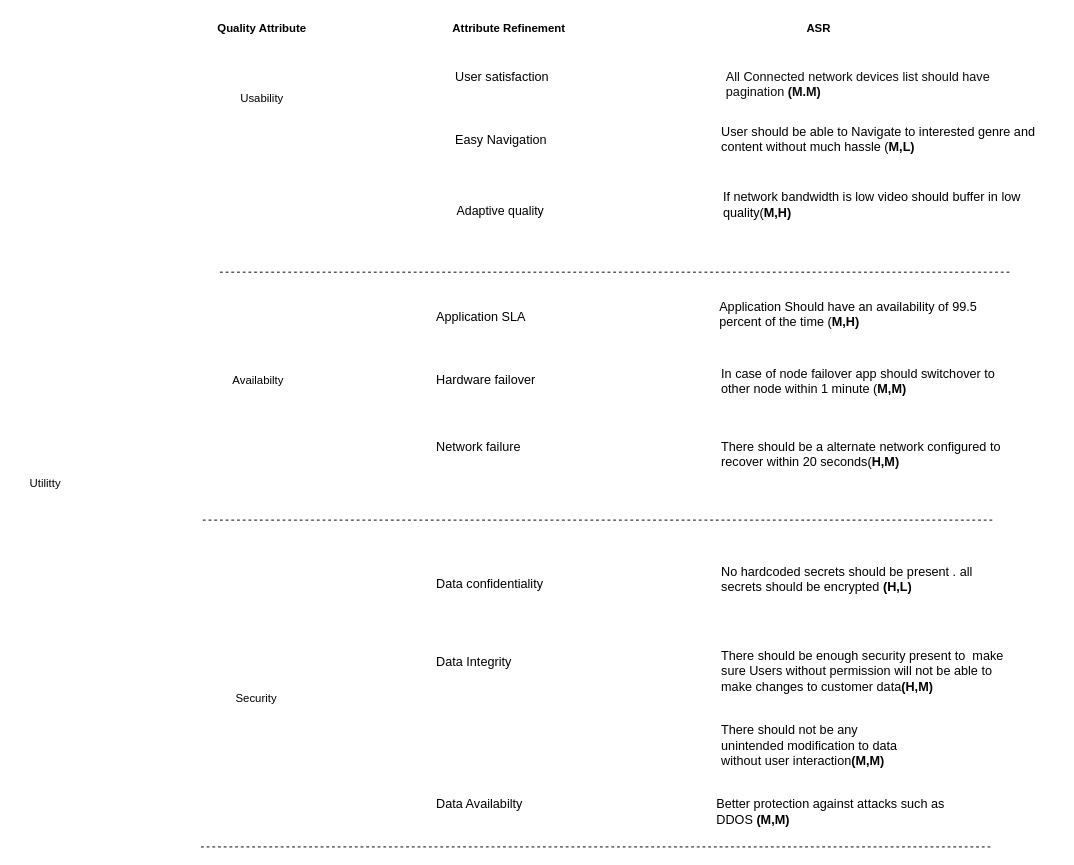
Before: page "Page-7" (7 of 9) of SA assignment.drawio in Gajanana/FirstPhase, a draw.io diagram. Source tidied: cells renumbered, new cells numbered last; positions are measured from the earlier drawing's top-left corner, leaving out a move shared by most shapes. Both pictures are drawn from the tidied source at 95%, with x=0, y=0 at pixel (16, 16).
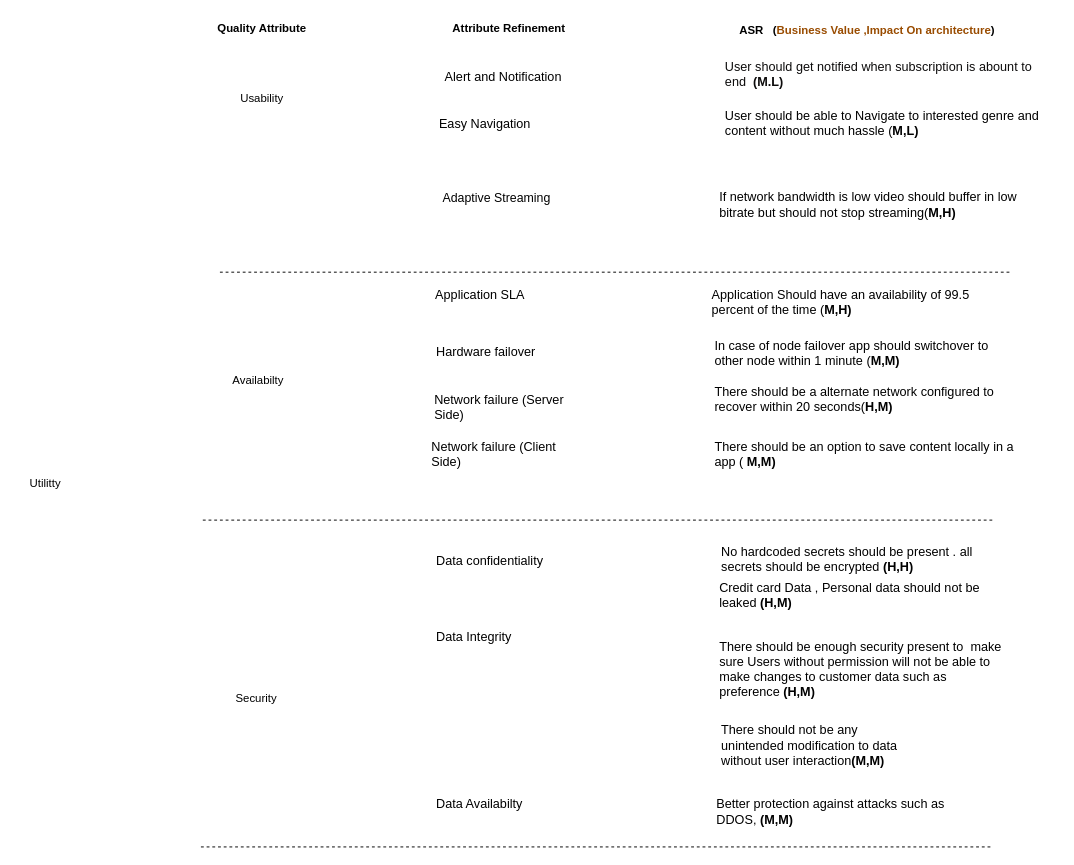
After the change.

What changed in the source:
```diff
@@
-    <mxCell id="6" value="&lt;span style=&quot;font-size: 10pt;&quot;&gt;User satisfaction&lt;/span&gt;" style="text;whiteSpace=wrap;html=1;" parent="1" vertex="1">
-      <mxGeometry x="460" y="49" width="148.5" height="38" as="geometry" />
+    <mxCell id="6" value="&lt;span style=&quot;font-size: 10pt;&quot;&gt;Alert and Notification&lt;/span&gt;" style="text;whiteSpace=wrap;html=1;" parent="1" vertex="1">
+      <mxGeometry x="449" y="49" width="148.5" height="38" as="geometry" />
     </mxCell>
@@
-    <mxCell id="8" value="&lt;span style=&quot;font-size: 10pt;&quot;&gt;&lt;font color=&quot;#0d0c0c&quot;&gt;All Connected network devices list should have pagination &lt;b&gt;(M.M)&amp;nbsp;&lt;/b&gt;&lt;/font&gt;&lt;/span&gt;" style="text;whiteSpace=wrap;html=1;fontFamily=Helvetica;fontColor=#000000;" parent="1" vertex="1">
-      <mxGeometry x="745" y="49" width="342" height="38" as="geometry" />
+    <mxCell id="8" value="&lt;span style=&quot;font-size: 10pt;&quot;&gt;&lt;font color=&quot;#0d0c0c&quot;&gt;User should get notified when subscription is abount to end&amp;nbsp;&amp;nbsp;&lt;b&gt;(M.L)&amp;nbsp;&lt;/b&gt;&lt;/font&gt;&lt;/span&gt;" style="text;whiteSpace=wrap;html=1;fontFamily=Helvetica;fontColor=#000000;" parent="1" vertex="1">
+      <mxGeometry x="743.5" y="39" width="342" height="38" as="geometry" />
     </mxCell>
-    <mxCell id="9" value="&lt;b&gt;ASR&lt;/b&gt;" style="text;html=1;align=center;verticalAlign=middle;strokeColor=none;fillColor=none;" parent="1" vertex="1">
-      <mxGeometry x="822" width="43" height="26" as="geometry" />
+    <mxCell id="9" value="&lt;b&gt;ASR&amp;nbsp; &amp;nbsp;(&lt;font color=&quot;#994c00&quot;&gt;Business Value ,Impact On architecture&lt;/font&gt;)&lt;/b&gt;" style="text;html=1;align=center;verticalAlign=middle;strokeColor=none;fillColor=none;" parent="1" vertex="1">
+      <mxGeometry x="750" width="290" height="30" as="geometry" />
     </mxCell>
     <mxCell id="10" value="&lt;span style=&quot;font-size: 10pt;&quot;&gt;Easy Navigation&lt;/span&gt;" style="text;whiteSpace=wrap;html=1;" parent="1" vertex="1">
-      <mxGeometry x="460" y="116" width="148.5" height="38" as="geometry" />
+      <mxGeometry x="443.2" y="99" width="148.5" height="38" as="geometry" />
     </mxCell>
     <mxCell id="11" value="&lt;span style=&quot;font-size: 13.3333px;&quot;&gt;User should be able to Navigate to interested genre and content without much hassle (&lt;b&gt;M,L)&lt;/b&gt;&lt;/span&gt;" style="text;whiteSpace=wrap;html=1;" parent="1" vertex="1">
-      <mxGeometry x="740" y="107" width="353" height="56" as="geometry" />
+      <mxGeometry x="743.5" y="90" width="353" height="56" as="geometry" />
     </mxCell>
-    <mxCell id="12" value="&lt;span style=&quot;font-size: 13.3333px;&quot;&gt;If network bandwidth is low video should buffer in low quality(&lt;b&gt;M,H)&lt;/b&gt;&lt;/span&gt;" style="text;whiteSpace=wrap;html=1;" parent="1" vertex="1">
-      <mxGeometry x="742" y="176" width="353" height="56" as="geometry" />
+    <mxCell id="12" value="&lt;span style=&quot;font-size: 13.3333px;&quot;&gt;If network bandwidth is low video should buffer in low bitrate but should not stop streaming(&lt;b&gt;M,H)&lt;/b&gt;&lt;/span&gt;" style="text;whiteSpace=wrap;html=1;" parent="1" vertex="1">
+      <mxGeometry x="738" y="176" width="353" height="56" as="geometry" />
     </mxCell>
@@
     <mxCell id="15" value="&lt;span style=&quot;font-size: 10pt;&quot;&gt;Application SLA&lt;/span&gt;" style="text;whiteSpace=wrap;html=1;" parent="1" vertex="1">
-      <mxGeometry x="440" y="302" width="148.5" height="38" as="geometry" />
+      <mxGeometry x="439" y="279" width="148.5" height="38" as="geometry" />
     </mxCell>
     <mxCell id="16" value="&lt;span style=&quot;font-size: 10pt;&quot;&gt;Application Should have an availability of 99.5 percent of the time (&lt;/span&gt;&lt;b style=&quot;font-size: 13.3333px;&quot;&gt;M,H)&lt;/b&gt;" style="text;whiteSpace=wrap;html=1;" parent="1" vertex="1">
-      <mxGeometry x="738" y="291" width="305" height="38" as="geometry" />
+      <mxGeometry x="730" y="279" width="305" height="38" as="geometry" />
     </mxCell>
     <mxCell id="17" value="&lt;span style=&quot;font-size: 10pt;&quot;&gt;Hardware failover&lt;/span&gt;" style="text;whiteSpace=wrap;html=1;" parent="1" vertex="1">
-      <mxGeometry x="440" y="368" width="148.5" height="38" as="geometry" />
+      <mxGeometry x="440" y="339" width="148.5" height="38" as="geometry" />
     </mxCell>
     <mxCell id="18" value="&lt;span style=&quot;font-size: 10pt;&quot;&gt;In case of node failover app should switchover to other node within 1 minute&amp;nbsp;&lt;/span&gt;&lt;span style=&quot;font-size: 10pt;&quot;&gt;(&lt;/span&gt;&lt;b style=&quot;font-size: 13.3333px;&quot;&gt;M,M)&lt;/b&gt;" style="text;whiteSpace=wrap;html=1;" parent="1" vertex="1">
-      <mxGeometry x="740" y="362" width="305" height="38" as="geometry" />
+      <mxGeometry x="732.5" y="332" width="305" height="38" as="geometry" />
     </mxCell>
-    <mxCell id="19" value="&lt;span style=&quot;font-size: 10pt;&quot;&gt;Network failure&lt;/span&gt;" style="text;whiteSpace=wrap;html=1;" parent="1" vertex="1">
-      <mxGeometry x="440" y="439" width="148.5" height="38" as="geometry" />
+    <mxCell id="19" value="&lt;span style=&quot;font-size: 10pt;&quot;&gt;Network failure (Server Side)&lt;/span&gt;" style="text;whiteSpace=wrap;html=1;" parent="1" vertex="1">
+      <mxGeometry x="437.5" y="389" width="148.5" height="38" as="geometry" />
     </mxCell>
     <mxCell id="20" value="&lt;span style=&quot;font-size: 13.3333px;&quot;&gt;There should be a alternate network configured to recover within 20 seconds(&lt;/span&gt;&lt;b style=&quot;font-size: 13.3333px;&quot;&gt;H,M)&lt;/b&gt;" style="text;whiteSpace=wrap;html=1;" parent="1" vertex="1">
-      <mxGeometry x="740" y="439" width="310" height="38" as="geometry" />
+      <mxGeometry x="733" y="381" width="310" height="38" as="geometry" />
     </mxCell>
@@
     <mxCell id="23" value="&lt;span style=&quot;font-size: 10pt;&quot;&gt;Data confidentiality&lt;/span&gt;" style="text;whiteSpace=wrap;html=1;" parent="1" vertex="1">
-      <mxGeometry x="440" y="583" width="148.5" height="38" as="geometry" />
+      <mxGeometry x="440" y="559" width="148.5" height="38" as="geometry" />
     </mxCell>
-    <mxCell id="24" value="&lt;span style=&quot;font-size: 13.3333px;&quot;&gt;No hardcoded secrets should be present . all secrets should be encrypted &lt;b&gt;(H&lt;/b&gt;&lt;/span&gt;&lt;b style=&quot;font-size: 13.3333px;&quot;&gt;,L)&lt;/b&gt;" style="text;whiteSpace=wrap;html=1;" parent="1" vertex="1">
-      <mxGeometry x="740" y="570" width="305" height="38" as="geometry" />
+    <mxCell id="24" value="&lt;span style=&quot;font-size: 13.3333px;&quot;&gt;No hardcoded secrets should be present . all secrets should be encrypted &lt;b&gt;(H&lt;/b&gt;&lt;/span&gt;&lt;b style=&quot;font-size: 13.3333px;&quot;&gt;,H)&lt;/b&gt;" style="text;whiteSpace=wrap;html=1;" parent="1" vertex="1">
+      <mxGeometry x="740" y="549" width="305" height="38" as="geometry" />
     </mxCell>
     <mxCell id="25" value="&lt;span style=&quot;font-size: 10pt;&quot;&gt;Data Integrity&lt;/span&gt;" style="text;whiteSpace=wrap;html=1;" parent="1" vertex="1">
-      <mxGeometry x="440" y="665" width="148.5" height="38" as="geometry" />
+      <mxGeometry x="440" y="639" width="148.5" height="38" as="geometry" />
     </mxCell>
-    <mxCell id="26" value="&lt;span style=&quot;font-size: 13.3333px;&quot;&gt;There should be enough security present to&amp;nbsp; make sure Users without permission will not be able to make changes to customer data&lt;/span&gt;&lt;span style=&quot;font-size: 13.3333px;&quot;&gt;&lt;b&gt;(H&lt;/b&gt;&lt;/span&gt;&lt;b style=&quot;font-size: 13.3333px;&quot;&gt;,M)&lt;/b&gt;" style="text;whiteSpace=wrap;html=1;" parent="1" vertex="1">
-      <mxGeometry x="740" y="659" width="305" height="38" as="geometry" />
+    <mxCell id="26" value="&lt;span style=&quot;font-size: 13.3333px;&quot;&gt;There should be enough security present to&amp;nbsp; make sure Users without permission will not be able to make changes to customer data such as preference&amp;nbsp;&lt;/span&gt;&lt;span style=&quot;font-size: 13.3333px;&quot;&gt;&lt;b&gt;(H&lt;/b&gt;&lt;/span&gt;&lt;b style=&quot;font-size: 13.3333px;&quot;&gt;,M)&lt;/b&gt;" style="text;whiteSpace=wrap;html=1;" parent="1" vertex="1">
+      <mxGeometry x="738" y="649" width="305" height="38" as="geometry" />
     </mxCell>
@@
-    <mxCell id="29" value="&lt;span style=&quot;font-size: 13.3333px;&quot;&gt;Better protection against attacks such as DDOS&amp;nbsp;&lt;b&gt;(M&lt;/b&gt;&lt;/span&gt;&lt;b style=&quot;font-size: 13.3333px;&quot;&gt;,M)&lt;/b&gt;" style="text;whiteSpace=wrap;html=1;" parent="1" vertex="1">
+    <mxCell id="29" value="&lt;span style=&quot;font-size: 13.3333px;&quot;&gt;Better protection against attacks such as DDOS,&amp;nbsp;&lt;b&gt;(M&lt;/b&gt;&lt;/span&gt;&lt;b style=&quot;font-size: 13.3333px;&quot;&gt;,M)&lt;/b&gt;" style="text;whiteSpace=wrap;html=1;" parent="1" vertex="1">
       <mxGeometry x="735" y="815" width="305" height="38" as="geometry" />
     </mxCell>
-    <mxCell id="30" value="&lt;span style=&quot;font-size: 13px;&quot;&gt;Adaptive quality&lt;/span&gt;" style="text;html=1;align=center;verticalAlign=middle;strokeColor=none;fillColor=none;" parent="1" vertex="1">
-      <mxGeometry x="449" y="189" width="120" height="30" as="geometry" />
+    <mxCell id="30" value="&lt;span style=&quot;font-size: 13px;&quot;&gt;Adaptive Streaming&lt;/span&gt;" style="text;html=1;align=center;verticalAlign=middle;strokeColor=none;fillColor=none;" parent="1" vertex="1">
+      <mxGeometry x="434.8" y="176" width="140" height="30" as="geometry" />
     </mxCell>
+    <mxCell id="31" value="&lt;span style=&quot;font-size: 10pt;&quot;&gt;Network failure (Client Side)&lt;/span&gt;" style="text;whiteSpace=wrap;html=1;" parent="1" vertex="1">
+      <mxGeometry x="434.8" y="439" width="148.5" height="38" as="geometry" />
+    </mxCell>
+    <mxCell id="32" value="&lt;span style=&quot;font-size: 13.3333px;&quot;&gt;There should be an option to save content locally in a app (&amp;nbsp;&lt;b&gt;M&lt;/b&gt;&lt;/span&gt;&lt;b style=&quot;font-size: 13.3333px;&quot;&gt;,M)&lt;/b&gt;" style="text;whiteSpace=wrap;html=1;" parent="1" vertex="1">
+      <mxGeometry x="732.5" y="439" width="337" height="38" as="geometry" />
+    </mxCell>
+    <mxCell id="33" value="&lt;span style=&quot;font-size: 13.3333px;&quot;&gt;Credit card Data , Personal data should not be leaked&amp;nbsp;&lt;b&gt;(H&lt;/b&gt;&lt;/span&gt;&lt;b style=&quot;font-size: 13.3333px;&quot;&gt;,M)&lt;/b&gt;" style="text;whiteSpace=wrap;html=1;" parent="1" vertex="1">
+      <mxGeometry x="738" y="587" width="305" height="38" as="geometry" />
+    </mxCell>
```
